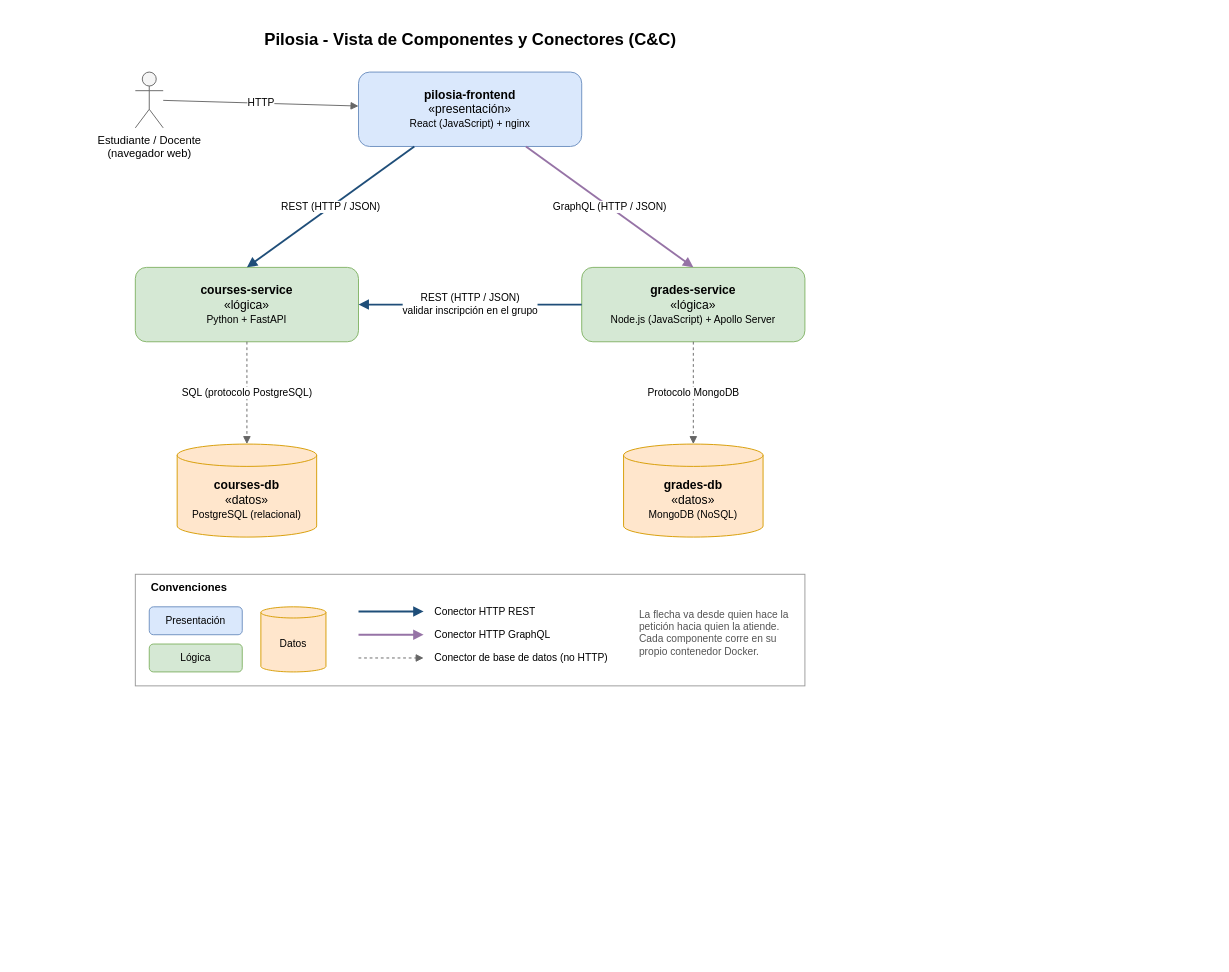
The draw.io diagram g3-G-Pilosia/docs/cc-view.drawio in unal-sw-arch/swarch-2026ii, before the edit. Source tidied: cells renumbered, new cells numbered last; positions are measured from the earlier drawing's top-left corner, leaving out a move shared by most shapes. Both pictures are drawn from the tidied source at 93%, with x=0, y=0 at pixel (135, 25).
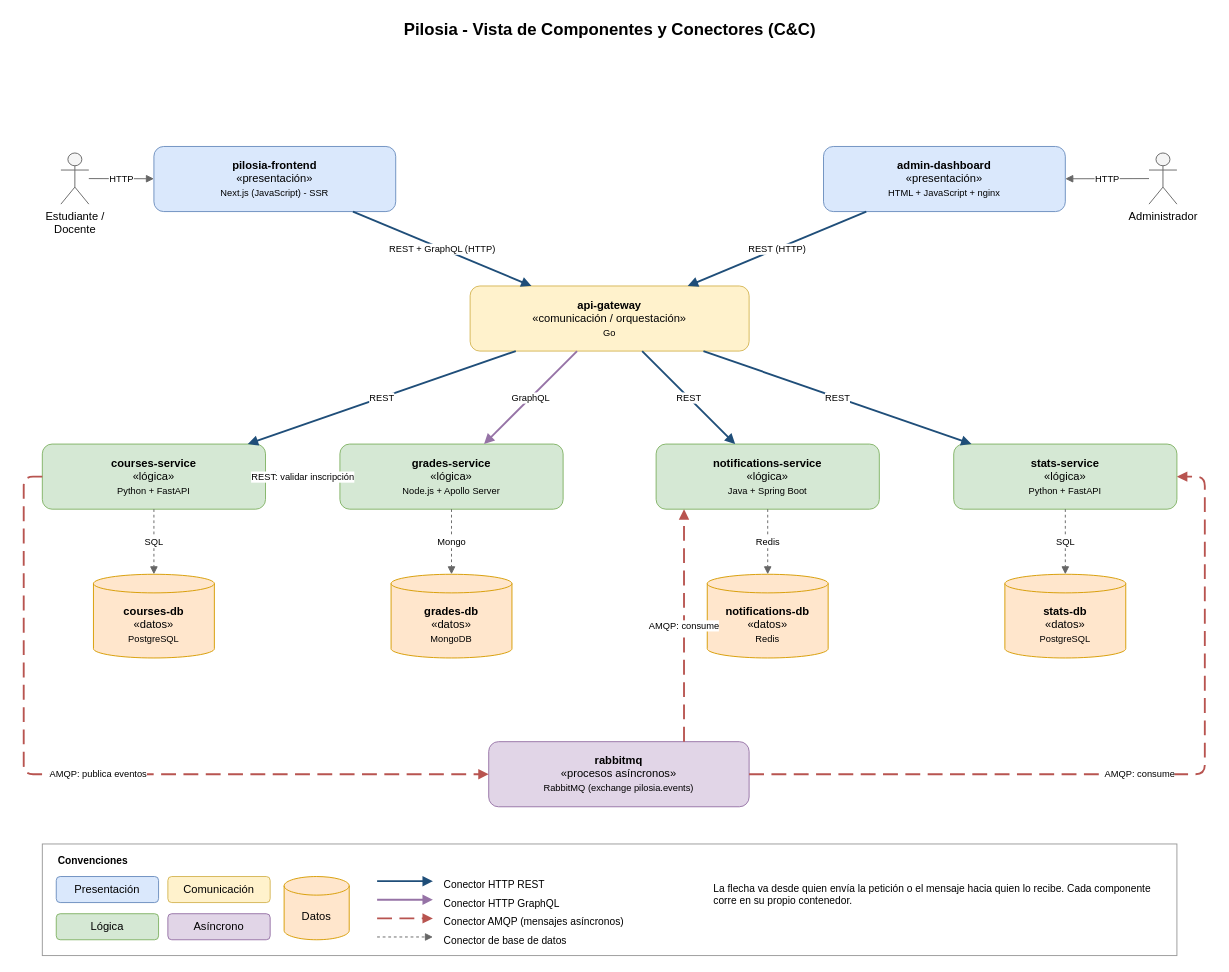
Above is the later version.

The edit, as a diff of the source:
```diff
@@
-    <mxCell id="2" value="&lt;b&gt;Pilosia - Vista de Componentes y Conectores (C&amp;amp;C)&lt;/b&gt;" style="text;html=1;align=center;verticalAlign=middle;fontSize=18;" parent="1" vertex="1">
-      <mxGeometry x="60" width="600" height="30" as="geometry" />
+    <mxCell id="2" value="Pilosia - Vista de Componentes y Conectores (C&amp;amp;C)" style="text;html=1;align=center;verticalAlign=middle;fontSize=18;fontStyle=1;" parent="1" vertex="1">
+      <mxGeometry x="160" y="-10" width="700" height="30" as="geometry" />
     </mxCell>
-    <mxCell id="3" value="Estudiante / Docente&lt;br&gt;(navegador web)" style="shape=umlActor;verticalLabelPosition=bottom;verticalAlign=top;html=1;outlineConnect=0;fillColor=#f5f5f5;strokeColor=#666666;fontSize=12;" parent="1" vertex="1">
-      <mxGeometry y="50" width="30" height="60" as="geometry" />
-    </mxCell>
-    <mxCell id="4" value="&lt;b&gt;pilosia-frontend&lt;/b&gt;&lt;br&gt;&amp;laquo;presentación&amp;raquo;&lt;br&gt;&lt;font style=&quot;font-size:11px&quot;&gt;React (JavaScript) + nginx&lt;/font&gt;" style="rounded=1;whiteSpace=wrap;html=1;fillColor=#dae8fc;strokeColor=#6c8ebf;fontSize=13;" parent="1" vertex="1">
-      <mxGeometry x="240" y="50" width="240" height="80" as="geometry" />
-    </mxCell>
+    <mxCell id="27" value="Estudiante /&lt;br&gt;Docente" style="shape=umlActor;verticalLabelPosition=bottom;verticalAlign=top;html=1;outlineConnect=0;fillColor=#f5f5f5;strokeColor=#666666;fontSize=12;" parent="1" vertex="1">
+      <mxGeometry x="-80" y="137" width="30" height="55" as="geometry" />
+    </mxCell>
+    <mxCell id="28" value="Administrador" style="shape=umlActor;verticalLabelPosition=bottom;verticalAlign=top;html=1;outlineConnect=0;fillColor=#f5f5f5;strokeColor=#666666;fontSize=12;" parent="1" vertex="1">
+      <mxGeometry x="1090" y="137" width="30" height="55" as="geometry" />
+    </mxCell>
+    <mxCell id="29" value="&lt;b&gt;pilosia-frontend&lt;/b&gt;&lt;br&gt;&amp;laquo;presentación&amp;raquo;&lt;br&gt;&lt;font style=&quot;font-size:10px&quot;&gt;Next.js (JavaScript) - SSR&lt;/font&gt;" style="rounded=1;whiteSpace=wrap;html=1;fillColor=#dae8fc;strokeColor=#6c8ebf;fontSize=12;" parent="1" vertex="1">
+      <mxGeometry x="20" y="130" width="260" height="70" as="geometry" />
+    </mxCell>
+    <mxCell id="30" value="&lt;b&gt;admin-dashboard&lt;/b&gt;&lt;br&gt;&amp;laquo;presentación&amp;raquo;&lt;br&gt;&lt;font style=&quot;font-size:10px&quot;&gt;HTML + JavaScript + nginx&lt;/font&gt;" style="rounded=1;whiteSpace=wrap;html=1;fillColor=#dae8fc;strokeColor=#6c8ebf;fontSize=12;" parent="1" vertex="1">
+      <mxGeometry x="740" y="130" width="260" height="70" as="geometry" />
+    </mxCell>
+    <mxCell id="31" value="&lt;b&gt;api-gateway&lt;/b&gt;&lt;br&gt;&amp;laquo;comunicación / orquestación&amp;raquo;&lt;br&gt;&lt;font style=&quot;font-size:10px&quot;&gt;Go&lt;/font&gt;" style="rounded=1;whiteSpace=wrap;html=1;fillColor=#fff2cc;strokeColor=#d6b656;fontSize=12;" parent="1" vertex="1">
+      <mxGeometry x="360" y="280" width="300" height="70" as="geometry" />
+    </mxCell>
-    <mxCell id="5" value="&lt;b&gt;courses-service&lt;/b&gt;&lt;br&gt;&amp;laquo;lógica&amp;raquo;&lt;br&gt;&lt;font style=&quot;font-size:11px&quot;&gt;Python + FastAPI&lt;/font&gt;" style="rounded=1;whiteSpace=wrap;html=1;fillColor=#d5e8d4;strokeColor=#82b366;fontSize=13;" parent="1" vertex="1">
-      <mxGeometry y="260" width="240" height="80" as="geometry" />
+    <mxCell id="5" value="&lt;b&gt;courses-service&lt;/b&gt;&lt;br&gt;&amp;laquo;lógica&amp;raquo;&lt;br&gt;&lt;font style=&quot;font-size:10px&quot;&gt;Python + FastAPI&lt;/font&gt;" style="rounded=1;whiteSpace=wrap;html=1;fillColor=#d5e8d4;strokeColor=#82b366;fontSize=12;" parent="1" vertex="1">
+      <mxGeometry x="-100" y="450" width="240" height="70" as="geometry" />
     </mxCell>
-    <mxCell id="6" value="&lt;b&gt;grades-service&lt;/b&gt;&lt;br&gt;&amp;laquo;lógica&amp;raquo;&lt;br&gt;&lt;font style=&quot;font-size:11px&quot;&gt;Node.js (JavaScript) + Apollo Server&lt;/font&gt;" style="rounded=1;whiteSpace=wrap;html=1;fillColor=#d5e8d4;strokeColor=#82b366;fontSize=13;" parent="1" vertex="1">
-      <mxGeometry x="480" y="260" width="240" height="80" as="geometry" />
-    </mxCell>
-    <mxCell id="7" value="&lt;b&gt;courses-db&lt;/b&gt;&lt;br&gt;&amp;laquo;datos&amp;raquo;&lt;br&gt;&lt;font style=&quot;font-size:11px&quot;&gt;PostgreSQL (relacional)&lt;/font&gt;" style="shape=cylinder3;whiteSpace=wrap;html=1;boundedLbl=1;backgroundOutline=1;size=12;fillColor=#ffe6cc;strokeColor=#d79b00;fontSize=13;" parent="1" vertex="1">
-      <mxGeometry x="45" y="450" width="150" height="100" as="geometry" />
-    </mxCell>
-    <mxCell id="8" value="&lt;b&gt;grades-db&lt;/b&gt;&lt;br&gt;&amp;laquo;datos&amp;raquo;&lt;br&gt;&lt;font style=&quot;font-size:11px&quot;&gt;MongoDB (NoSQL)&lt;/font&gt;" style="shape=cylinder3;whiteSpace=wrap;html=1;boundedLbl=1;backgroundOutline=1;size=12;fillColor=#ffe6cc;strokeColor=#d79b00;fontSize=13;" parent="1" vertex="1">
-      <mxGeometry x="525" y="450" width="150" height="100" as="geometry" />
-    </mxCell>
-    <mxCell id="9" value="HTTP" style="endArrow=block;endFill=1;html=1;strokeColor=#666666;fontSize=11;labelBackgroundColor=#ffffff;" parent="1" edge="1" source="3" target="4">
-      <mxGeometry relative="1" as="geometry" />
-    </mxCell>
-    <mxCell id="10" value="REST (HTTP / JSON)" style="endArrow=block;endFill=1;html=1;strokeColor=#1f4e79;strokeWidth=2;fontSize=11;labelBackgroundColor=#ffffff;exitX=0.25;exitY=1;entryX=0.5;entryY=0;" parent="1" edge="1" source="4" target="5">
-      <mxGeometry relative="1" as="geometry" />
-    </mxCell>
-    <mxCell id="11" value="GraphQL (HTTP / JSON)" style="endArrow=block;endFill=1;html=1;strokeColor=#9673a6;strokeWidth=2;fontSize=11;labelBackgroundColor=#ffffff;exitX=0.75;exitY=1;entryX=0.5;entryY=0;" parent="1" edge="1" source="4" target="6">
-      <mxGeometry relative="1" as="geometry" />
-    </mxCell>
-    <mxCell id="12" value="REST (HTTP / JSON)&lt;br&gt;validar inscripción en el grupo" style="endArrow=block;endFill=1;html=1;strokeColor=#1f4e79;strokeWidth=2;fontSize=11;labelBackgroundColor=#ffffff;exitX=0;exitY=0.5;entryX=1;entryY=0.5;" parent="1" edge="1" source="6" target="5">
-      <mxGeometry relative="1" as="geometry" />
-    </mxCell>
-    <mxCell id="13" value="SQL (protocolo PostgreSQL)" style="endArrow=block;endFill=1;html=1;strokeColor=#666666;dashed=1;fontSize=11;labelBackgroundColor=#ffffff;" parent="1" edge="1" source="5" target="7">
-      <mxGeometry relative="1" as="geometry" />
-    </mxCell>
-    <mxCell id="14" value="Protocolo MongoDB" style="endArrow=block;endFill=1;html=1;strokeColor=#666666;dashed=1;fontSize=11;labelBackgroundColor=#ffffff;" parent="1" edge="1" source="6" target="8">
-      <mxGeometry relative="1" as="geometry" />
-    </mxCell>
-    <mxCell id="15" style="rounded=0;whiteSpace=wrap;html=1;fillColor=#ffffff;strokeColor=#999999;" parent="1" vertex="1">
-      <mxGeometry y="590" width="720" height="120" as="geometry" />
-    </mxCell>
+    <mxCell id="32" value="&lt;b&gt;grades-service&lt;/b&gt;&lt;br&gt;&amp;laquo;lógica&amp;raquo;&lt;br&gt;&lt;font style=&quot;font-size:10px&quot;&gt;Node.js + Apollo Server&lt;/font&gt;" style="rounded=1;whiteSpace=wrap;html=1;fillColor=#d5e8d4;strokeColor=#82b366;fontSize=12;" parent="1" vertex="1">
+      <mxGeometry x="220" y="450" width="240" height="70" as="geometry" />
+    </mxCell>
+    <mxCell id="33" value="&lt;b&gt;notifications-service&lt;/b&gt;&lt;br&gt;&amp;laquo;lógica&amp;raquo;&lt;br&gt;&lt;font style=&quot;font-size:10px&quot;&gt;Java + Spring Boot&lt;/font&gt;" style="rounded=1;whiteSpace=wrap;html=1;fillColor=#d5e8d4;strokeColor=#82b366;fontSize=12;" parent="1" vertex="1">
+      <mxGeometry x="560" y="450" width="240" height="70" as="geometry" />
+    </mxCell>
+    <mxCell id="34" value="&lt;b&gt;stats-service&lt;/b&gt;&lt;br&gt;&amp;laquo;lógica&amp;raquo;&lt;br&gt;&lt;font style=&quot;font-size:10px&quot;&gt;Python + FastAPI&lt;/font&gt;" style="rounded=1;whiteSpace=wrap;html=1;fillColor=#d5e8d4;strokeColor=#82b366;fontSize=12;" parent="1" vertex="1">
+      <mxGeometry x="880" y="450" width="240" height="70" as="geometry" />
+    </mxCell>
+    <mxCell id="35" value="&lt;b&gt;rabbitmq&lt;/b&gt;&lt;br&gt;&amp;laquo;procesos asíncronos&amp;raquo;&lt;br&gt;&lt;font style=&quot;font-size:10px&quot;&gt;RabbitMQ (exchange pilosia.events)&lt;/font&gt;" style="rounded=1;whiteSpace=wrap;html=1;fillColor=#e1d5e7;strokeColor=#9673a6;fontSize=12;" parent="1" vertex="1">
+      <mxGeometry x="380" y="770" width="280" height="70" as="geometry" />
+    </mxCell>
+    <mxCell id="36" value="&lt;b&gt;courses-db&lt;/b&gt;&lt;br&gt;&amp;laquo;datos&amp;raquo;&lt;br&gt;&lt;font style=&quot;font-size:10px&quot;&gt;PostgreSQL&lt;/font&gt;" style="shape=cylinder3;whiteSpace=wrap;html=1;boundedLbl=1;backgroundOutline=1;size=10;fillColor=#ffe6cc;strokeColor=#d79b00;fontSize=12;" parent="1" vertex="1">
+      <mxGeometry x="-45" y="590" width="130" height="90" as="geometry" />
+    </mxCell>
+    <mxCell id="37" value="&lt;b&gt;grades-db&lt;/b&gt;&lt;br&gt;&amp;laquo;datos&amp;raquo;&lt;br&gt;&lt;font style=&quot;font-size:10px&quot;&gt;MongoDB&lt;/font&gt;" style="shape=cylinder3;whiteSpace=wrap;html=1;boundedLbl=1;backgroundOutline=1;size=10;fillColor=#ffe6cc;strokeColor=#d79b00;fontSize=12;" parent="1" vertex="1">
+      <mxGeometry x="275" y="590" width="130" height="90" as="geometry" />
+    </mxCell>
+    <mxCell id="38" value="&lt;b&gt;notifications-db&lt;/b&gt;&lt;br&gt;&amp;laquo;datos&amp;raquo;&lt;br&gt;&lt;font style=&quot;font-size:10px&quot;&gt;Redis&lt;/font&gt;" style="shape=cylinder3;whiteSpace=wrap;html=1;boundedLbl=1;backgroundOutline=1;size=10;fillColor=#ffe6cc;strokeColor=#d79b00;fontSize=12;" parent="1" vertex="1">
+      <mxGeometry x="615" y="590" width="130" height="90" as="geometry" />
+    </mxCell>
+    <mxCell id="39" value="&lt;b&gt;stats-db&lt;/b&gt;&lt;br&gt;&amp;laquo;datos&amp;raquo;&lt;br&gt;&lt;font style=&quot;font-size:10px&quot;&gt;PostgreSQL&lt;/font&gt;" style="shape=cylinder3;whiteSpace=wrap;html=1;boundedLbl=1;backgroundOutline=1;size=10;fillColor=#ffe6cc;strokeColor=#d79b00;fontSize=12;" parent="1" vertex="1">
+      <mxGeometry x="935" y="590" width="130" height="90" as="geometry" />
+    </mxCell>
+    <mxCell id="40" value="HTTP" style="endArrow=block;endFill=1;html=1;strokeColor=#666666;fontSize=10;labelBackgroundColor=#ffffff;" parent="1" edge="1" source="27" target="29">
+      <mxGeometry relative="1" as="geometry" />
+    </mxCell>
+    <mxCell id="41" value="HTTP" style="endArrow=block;endFill=1;html=1;strokeColor=#666666;fontSize=10;labelBackgroundColor=#ffffff;" parent="1" edge="1" source="28" target="30">
+      <mxGeometry relative="1" as="geometry" />
+    </mxCell>
+    <mxCell id="42" value="REST + GraphQL (HTTP)" style="endArrow=block;endFill=1;html=1;strokeColor=#1f4e79;strokeWidth=2;fontSize=10;labelBackgroundColor=#ffffff;" parent="1" edge="1" source="29" target="31">
+      <mxGeometry relative="1" as="geometry" />
+    </mxCell>
+    <mxCell id="43" value="REST (HTTP)" style="endArrow=block;endFill=1;html=1;strokeColor=#1f4e79;strokeWidth=2;fontSize=10;labelBackgroundColor=#ffffff;" parent="1" edge="1" source="30" target="31">
+      <mxGeometry relative="1" as="geometry" />
+    </mxCell>
+    <mxCell id="44" value="REST" style="endArrow=block;endFill=1;html=1;strokeColor=#1f4e79;strokeWidth=2;fontSize=10;labelBackgroundColor=#ffffff;" parent="1" edge="1" source="31" target="5">
+      <mxGeometry relative="1" as="geometry" />
+    </mxCell>
+    <mxCell id="45" value="GraphQL" style="endArrow=block;endFill=1;html=1;strokeColor=#9673a6;strokeWidth=2;fontSize=10;labelBackgroundColor=#ffffff;" parent="1" edge="1" source="31" target="32">
+      <mxGeometry relative="1" as="geometry" />
+    </mxCell>
+    <mxCell id="46" value="REST" style="endArrow=block;endFill=1;html=1;strokeColor=#1f4e79;strokeWidth=2;fontSize=10;labelBackgroundColor=#ffffff;" parent="1" edge="1" source="31" target="33">
+      <mxGeometry relative="1" as="geometry" />
+    </mxCell>
+    <mxCell id="47" value="REST" style="endArrow=block;endFill=1;html=1;strokeColor=#1f4e79;strokeWidth=2;fontSize=10;labelBackgroundColor=#ffffff;" parent="1" edge="1" source="31" target="34">
+      <mxGeometry relative="1" as="geometry" />
+    </mxCell>
+    <mxCell id="48" value="REST: validar inscripción" style="endArrow=block;endFill=1;html=1;strokeColor=#1f4e79;strokeWidth=2;fontSize=10;labelBackgroundColor=#ffffff;exitX=0;exitY=0.5;entryX=1;entryY=0.5;" parent="1" edge="1" source="32" target="5">
+      <mxGeometry relative="1" as="geometry" />
+    </mxCell>
+    <mxCell id="49" value="AMQP: publica eventos" style="endArrow=block;endFill=1;html=1;strokeColor=#b85450;strokeWidth=2;dashed=1;dashPattern=8 4;fontSize=10;labelBackgroundColor=#ffffff;exitX=0;exitY=0.5;entryX=0;entryY=0.5;edgeStyle=orthogonalEdgeStyle;" parent="1" edge="1" source="5" target="35">
+      <mxGeometry relative="1" as="geometry">
+        <Array as="points">
+          <mxPoint x="-120" y="485" />
+          <mxPoint x="-120" y="805" />
+        </Array>
+      </mxGeometry>
+    </mxCell>
+    <mxCell id="50" value="AMQP: consume" style="endArrow=block;endFill=1;html=1;strokeColor=#b85450;strokeWidth=2;dashed=1;dashPattern=8 4;fontSize=10;labelBackgroundColor=#ffffff;exitX=0.75;exitY=0;entryX=0.125;entryY=1;" parent="1" edge="1" source="35" target="33">
+      <mxGeometry relative="1" as="geometry" />
+    </mxCell>
+    <mxCell id="51" value="AMQP: consume" style="endArrow=block;endFill=1;html=1;strokeColor=#b85450;strokeWidth=2;dashed=1;dashPattern=8 4;fontSize=10;labelBackgroundColor=#ffffff;exitX=1;exitY=0.5;entryX=1;entryY=0.5;edgeStyle=orthogonalEdgeStyle;" parent="1" edge="1" source="35" target="34">
+      <mxGeometry relative="1" as="geometry">
+        <Array as="points">
+          <mxPoint x="1150" y="805" />
+          <mxPoint x="1150" y="485" />
+        </Array>
+      </mxGeometry>
+    </mxCell>
+    <mxCell id="52" value="SQL" style="endArrow=block;endFill=1;html=1;strokeColor=#666666;dashed=1;fontSize=10;labelBackgroundColor=#ffffff;" parent="1" edge="1" source="5" target="36">
+      <mxGeometry relative="1" as="geometry" />
+    </mxCell>
+    <mxCell id="53" value="Mongo" style="endArrow=block;endFill=1;html=1;strokeColor=#666666;dashed=1;fontSize=10;labelBackgroundColor=#ffffff;" parent="1" edge="1" source="32" target="37">
+      <mxGeometry relative="1" as="geometry" />
+    </mxCell>
+    <mxCell id="54" value="Redis" style="endArrow=block;endFill=1;html=1;strokeColor=#666666;dashed=1;fontSize=10;labelBackgroundColor=#ffffff;" parent="1" edge="1" source="33" target="38">
+      <mxGeometry relative="1" as="geometry" />
+    </mxCell>
+    <mxCell id="55" value="SQL" style="endArrow=block;endFill=1;html=1;strokeColor=#666666;dashed=1;fontSize=10;labelBackgroundColor=#ffffff;" parent="1" edge="1" source="34" target="39">
+      <mxGeometry relative="1" as="geometry" />
+    </mxCell>
+    <mxCell id="56" style="rounded=0;whiteSpace=wrap;html=1;fillColor=#ffffff;strokeColor=#999999;" parent="1" vertex="1">
+      <mxGeometry x="-100" y="880" width="1220" height="120" as="geometry" />
+    </mxCell>
-    <mxCell id="16" value="&lt;b&gt;Convenciones&lt;/b&gt;" style="text;html=1;align=left;verticalAlign=middle;fontSize=12;" parent="1" vertex="1">
-      <mxGeometry x="15" y="595" width="150" height="20" as="geometry" />
+    <mxCell id="16" value="&lt;b&gt;Convenciones&lt;/b&gt;" style="text;html=1;align=left;verticalAlign=top;whiteSpace=wrap;fontSize=11;" parent="1" vertex="1">
+      <mxGeometry x="-85" y="885" width="200" height="20" as="geometry" />
     </mxCell>
-    <mxCell id="17" value="Presentación" style="rounded=1;whiteSpace=wrap;html=1;fillColor=#dae8fc;strokeColor=#6c8ebf;fontSize=11;" parent="1" vertex="1">
-      <mxGeometry x="15" y="625" width="100" height="30" as="geometry" />
+    <mxCell id="17" value="Presentación" style="rounded=1;whiteSpace=wrap;html=1;fillColor=#dae8fc;strokeColor=#6c8ebf;fontSize=12;" parent="1" vertex="1">
+      <mxGeometry x="-85" y="915" width="110" height="28" as="geometry" />
     </mxCell>
+    <mxCell id="57" value="Comunicación" style="rounded=1;whiteSpace=wrap;html=1;fillColor=#fff2cc;strokeColor=#d6b656;fontSize=12;" parent="1" vertex="1">
+      <mxGeometry x="35" y="915" width="110" height="28" as="geometry" />
+    </mxCell>
-    <mxCell id="18" value="Lógica" style="rounded=1;whiteSpace=wrap;html=1;fillColor=#d5e8d4;strokeColor=#82b366;fontSize=11;" parent="1" vertex="1">
-      <mxGeometry x="15" y="665" width="100" height="30" as="geometry" />
+    <mxCell id="18" value="Lógica" style="rounded=1;whiteSpace=wrap;html=1;fillColor=#d5e8d4;strokeColor=#82b366;fontSize=12;" parent="1" vertex="1">
+      <mxGeometry x="-85" y="955" width="110" height="28" as="geometry" />
     </mxCell>
+    <mxCell id="58" value="Asíncrono" style="rounded=1;whiteSpace=wrap;html=1;fillColor=#e1d5e7;strokeColor=#9673a6;fontSize=12;" parent="1" vertex="1">
+      <mxGeometry x="35" y="955" width="110" height="28" as="geometry" />
+    </mxCell>
-    <mxCell id="19" value="Datos" style="shape=cylinder3;whiteSpace=wrap;html=1;boundedLbl=1;backgroundOutline=1;size=6;fillColor=#ffe6cc;strokeColor=#d79b00;fontSize=11;" parent="1" vertex="1">
-      <mxGeometry x="135" y="625" width="70" height="70" as="geometry" />
+    <mxCell id="19" value="Datos" style="shape=cylinder3;whiteSpace=wrap;html=1;boundedLbl=1;backgroundOutline=1;size=10;fillColor=#ffe6cc;strokeColor=#d79b00;fontSize=12;" parent="1" vertex="1">
+      <mxGeometry x="160" y="915" width="70" height="68" as="geometry" />
     </mxCell>
-    <mxCell id="20" style="endArrow=block;endFill=1;html=1;strokeColor=#1f4e79;strokeWidth=2;" parent="1" edge="1">
-      <mxGeometry relative="1" as="geometry">
-        <mxPoint x="240" y="630" as="sourcePoint" />
-        <mxPoint x="310" y="630" as="targetPoint" />
-      </mxGeometry>
-    </mxCell>
+    <mxCell id="59" style="endArrow=block;endFill=1;html=1;strokeColor=#1f4e79;strokeWidth=2;fontSize=10;labelBackgroundColor=#ffffff;" parent="1" edge="1">
+      <mxGeometry relative="1" as="geometry">
+        <mxPoint x="260" y="920" as="sourcePoint" />
+        <mxPoint x="320" y="920" as="targetPoint" />
+      </mxGeometry>
+    </mxCell>
-    <mxCell id="21" value="Conector HTTP REST" style="text;html=1;align=left;verticalAlign=middle;fontSize=11;" parent="1" vertex="1">
-      <mxGeometry x="320" y="620" width="200" height="20" as="geometry" />
+    <mxCell id="21" value="Conector HTTP REST" style="text;html=1;align=left;verticalAlign=top;whiteSpace=wrap;fontSize=11;" parent="1" vertex="1">
+      <mxGeometry x="330" y="911" width="260" height="20" as="geometry" />
     </mxCell>
-    <mxCell id="22" style="endArrow=block;endFill=1;html=1;strokeColor=#9673a6;strokeWidth=2;" parent="1" edge="1">
-      <mxGeometry relative="1" as="geometry">
-        <mxPoint x="240" y="655" as="sourcePoint" />
-        <mxPoint x="310" y="655" as="targetPoint" />
-      </mxGeometry>
-    </mxCell>
+    <mxCell id="60" style="endArrow=block;endFill=1;html=1;strokeColor=#9673a6;strokeWidth=2;fontSize=10;labelBackgroundColor=#ffffff;" parent="1" edge="1">
+      <mxGeometry relative="1" as="geometry">
+        <mxPoint x="260" y="940" as="sourcePoint" />
+        <mxPoint x="320" y="940" as="targetPoint" />
+      </mxGeometry>
+    </mxCell>
-    <mxCell id="23" value="Conector HTTP GraphQL" style="text;html=1;align=left;verticalAlign=middle;fontSize=11;" parent="1" vertex="1">
-      <mxGeometry x="320" y="645" width="200" height="20" as="geometry" />
+    <mxCell id="23" value="Conector HTTP GraphQL" style="text;html=1;align=left;verticalAlign=top;whiteSpace=wrap;fontSize=11;" parent="1" vertex="1">
+      <mxGeometry x="330" y="931" width="260" height="20" as="geometry" />
     </mxCell>
-    <mxCell id="24" style="endArrow=block;endFill=1;html=1;strokeColor=#666666;dashed=1;" parent="1" edge="1">
-      <mxGeometry relative="1" as="geometry">
-        <mxPoint x="240" y="680" as="sourcePoint" />
-        <mxPoint x="310" y="680" as="targetPoint" />
-      </mxGeometry>
-    </mxCell>
-    <mxCell id="25" value="Conector de base de datos (no HTTP)" style="text;html=1;align=left;verticalAlign=middle;fontSize=11;" parent="1" vertex="1">
-      <mxGeometry x="320" y="670" width="220" height="20" as="geometry" />
-    </mxCell>
-    <mxCell id="26" value="La flecha va desde quien hace la petición hacia quien la atiende.&lt;br&gt;Cada componente corre en su propio contenedor Docker." style="text;html=1;align=left;verticalAlign=top;fontSize=11;fontColor=#555555;whiteSpace=wrap;" parent="1" vertex="1">
-      <mxGeometry x="540" y="620" width="175" height="80" as="geometry" />
-    </mxCell>
+    <mxCell id="61" style="endArrow=block;endFill=1;html=1;strokeColor=#b85450;strokeWidth=2;dashed=1;dashPattern=8 4;fontSize=10;labelBackgroundColor=#ffffff;" parent="1" edge="1">
+      <mxGeometry relative="1" as="geometry">
+        <mxPoint x="260" y="960" as="sourcePoint" />
+        <mxPoint x="320" y="960" as="targetPoint" />
+      </mxGeometry>
+    </mxCell>
+    <mxCell id="62" value="Conector AMQP (mensajes asíncronos)" style="text;html=1;align=left;verticalAlign=top;whiteSpace=wrap;fontSize=11;" parent="1" vertex="1">
+      <mxGeometry x="330" y="951" width="260" height="20" as="geometry" />
+    </mxCell>
+    <mxCell id="63" style="endArrow=block;endFill=1;html=1;strokeColor=#666666;dashed=1;fontSize=10;labelBackgroundColor=#ffffff;" parent="1" edge="1">
+      <mxGeometry relative="1" as="geometry">
+        <mxPoint x="260" y="980" as="sourcePoint" />
+        <mxPoint x="320" y="980" as="targetPoint" />
+      </mxGeometry>
+    </mxCell>
+    <mxCell id="64" value="Conector de base de datos" style="text;html=1;align=left;verticalAlign=top;whiteSpace=wrap;fontSize=11;" parent="1" vertex="1">
+      <mxGeometry x="330" y="971" width="260" height="20" as="geometry" />
+    </mxCell>
+    <mxCell id="65" value="La flecha va desde quien envía la petición o el mensaje hacia quien lo recibe. Cada componente corre en su propio contenedor." style="text;html=1;align=left;verticalAlign=top;whiteSpace=wrap;fontSize=11;" parent="1" vertex="1">
+      <mxGeometry x="620" y="915" width="480" height="60" as="geometry" />
+    </mxCell>
```
